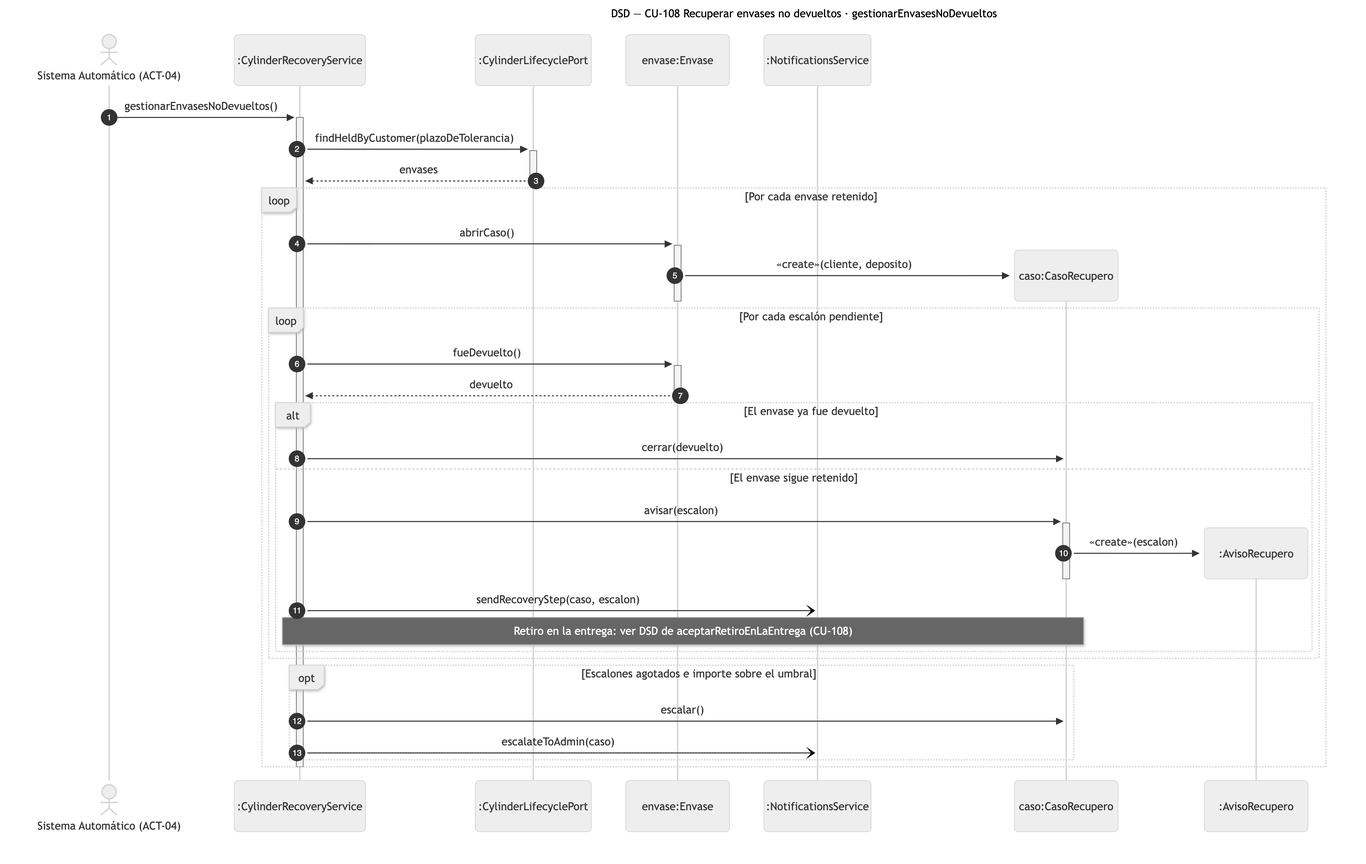
Before: diagramas/png/DSD_CU-108_gestionarEnvasesNoDevueltos.png, a diagram exported from Mermaid (Nahuelito-Dev/splg-docs). Its source is kept beside it as diagramas/DSD_CU-108_gestionarEnvasesNoDevueltos.mmd.
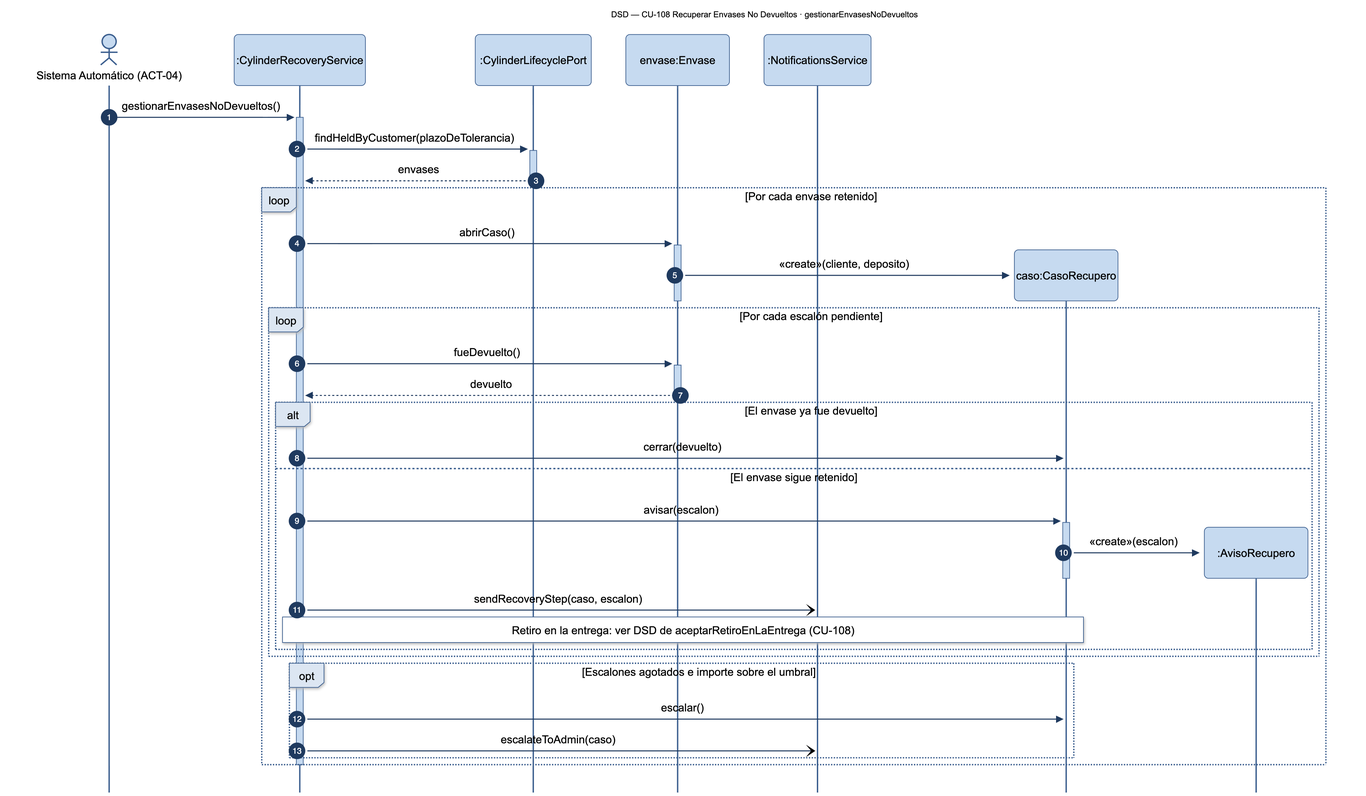
Later version of the same file.

The edit, as a diff of the source:
```diff
@@ -1,5 +1,5 @@
 sequenceDiagram
-    title DSD — CU-108 Recuperar envases no devueltos · gestionarEnvasesNoDevueltos
+    title DSD — CU-108 Recuperar Envases No Devueltos · gestionarEnvasesNoDevueltos
     autonumber
     actor SIS as Sistema Automático (ACT-04)
     participant SRV as :CylinderRecoveryService
```
